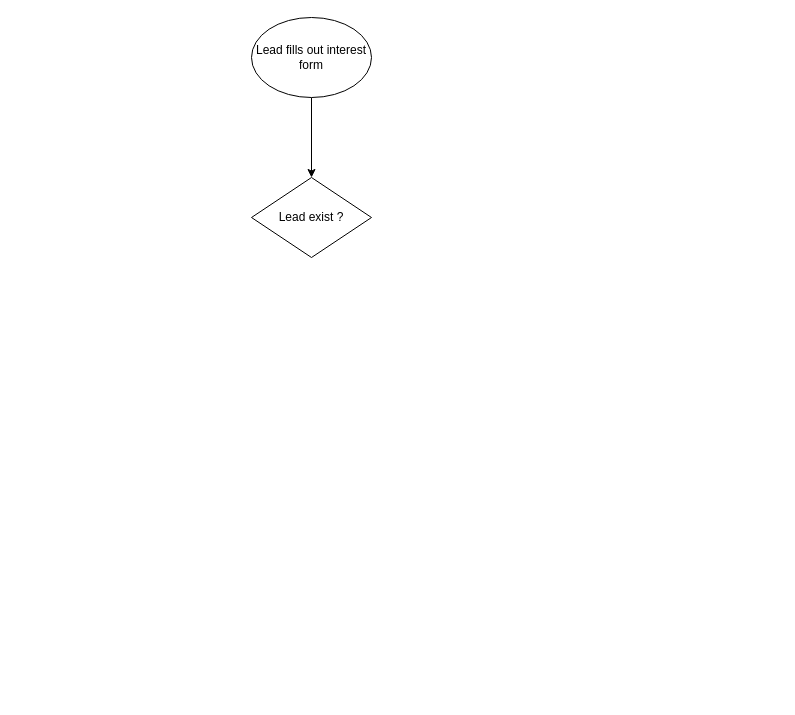
Above: Untitled Diagram.drawio in abdurrahimdatapro-sketch/Tommy-s-Treadmills (draw.io), before the change. Source tidied: cells renumbered, new cells numbered last; positions are measured from the earlier drawing's top-left corner, leaving out a move shared by most shapes. Both pictures are drawn from the tidied source at 100%, with x=0, y=0 at pixel (251, 17).
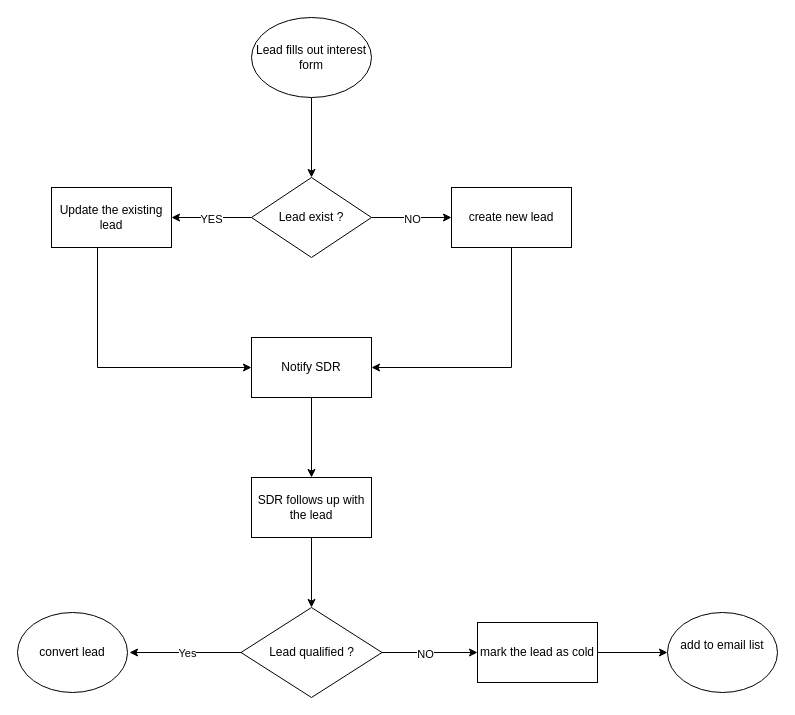
Above is the later version.

Unchanged cells that the change refers to:
```xml
<mxCell id="4" value="Lead exist ?" style="rhombus;whiteSpace=wrap;html=1;shapeInside=1;" parent="1" vertex="1">
  <mxGeometry y="160" width="120" height="80" as="geometry" />
</mxCell>
```

Change to the diagram source:
```diff
@@
+    <mxCell id="5" style="edgeStyle=orthogonalEdgeStyle;rounded=0;jettySize=auto;html=1;" parent="1" edge="1" source="4" target="10">
+      <mxGeometry relative="1" as="geometry" />
+    </mxCell>
+    <mxCell id="6" value="NO" style="edgeLabel;html=1;align=center;verticalAlign=middle;" parent="5" vertex="1">
+      <mxGeometry y="-1" relative="1" as="geometry" />
+    </mxCell>
+    <mxCell id="7" style="edgeStyle=orthogonalEdgeStyle;rounded=0;jettySize=auto;html=1;" parent="1" edge="1" source="4" target="12">
+      <mxGeometry relative="1" as="geometry" />
+    </mxCell>
+    <mxCell id="8" value="YES" style="edgeLabel;html=1;align=center;verticalAlign=middle;" parent="7" vertex="1">
+      <mxGeometry x="0.03" y="1" relative="1" as="geometry" />
+    </mxCell>
@@
+    <mxCell id="9" style="edgeStyle=orthogonalEdgeStyle;rounded=0;jettySize=auto;html=1;exitX=0.5;exitY=1;exitDx=0;exitDy=0;entryX=1;entryY=0.5;entryDx=0;entryDy=0;" parent="1" edge="1" source="10" target="14">
+      <mxGeometry relative="1" as="geometry" />
+    </mxCell>
+    <mxCell id="10" value="create new lead" style="whiteSpace=wrap;html=1;" parent="1" vertex="1">
+      <mxGeometry x="200" y="170" width="120" height="60" as="geometry" />
+    </mxCell>
+    <mxCell id="11" style="edgeStyle=orthogonalEdgeStyle;rounded=0;jettySize=auto;html=1;" parent="1" edge="1" source="12" target="14">
+      <mxGeometry relative="1" as="geometry">
+        <Array as="points">
+          <mxPoint x="-154" y="350" />
+        </Array>
+      </mxGeometry>
+    </mxCell>
+    <mxCell id="12" value="Update the existing lead" style="whiteSpace=wrap;html=1;" parent="1" vertex="1">
+      <mxGeometry x="-200" y="170" width="120" height="60" as="geometry" />
+    </mxCell>
+    <mxCell id="13" style="edgeStyle=orthogonalEdgeStyle;rounded=0;jettySize=auto;html=1;" parent="1" edge="1" source="14" target="16">
+      <mxGeometry relative="1" as="geometry" />
+    </mxCell>
+    <mxCell id="14" value="Notify SDR" style="whiteSpace=wrap;html=1;" parent="1" vertex="1">
+      <mxGeometry y="320" width="120" height="60" as="geometry" />
+    </mxCell>
+    <mxCell id="15" style="edgeStyle=orthogonalEdgeStyle;rounded=0;jettySize=auto;html=1;" parent="1" edge="1" source="16" target="21">
+      <mxGeometry relative="1" as="geometry" />
+    </mxCell>
+    <mxCell id="16" value="SDR follows up with the lead" style="whiteSpace=wrap;html=1;" parent="1" vertex="1">
+      <mxGeometry y="460" width="120" height="60" as="geometry" />
+    </mxCell>
+    <mxCell id="17" style="edgeStyle=orthogonalEdgeStyle;rounded=0;jettySize=auto;html=1;" parent="1" edge="1" source="21" target="23">
+      <mxGeometry relative="1" as="geometry" />
+    </mxCell>
+    <mxCell id="18" value="NO" style="edgeLabel;html=1;align=center;verticalAlign=middle;" parent="17" vertex="1">
+      <mxGeometry x="-0.09" y="-1" relative="1" as="geometry" />
+    </mxCell>
+    <mxCell id="19" style="edgeStyle=orthogonalEdgeStyle;rounded=0;orthogonalLoop=1;jettySize=auto;html=1;exitX=0;exitY=0.5;exitDx=0;exitDy=0;entryX=1;entryY=0.5;entryDx=0;entryDy=0;" parent="1" edge="1">
+      <mxGeometry relative="1" as="geometry">
+        <mxPoint x="-8.5" y="635" as="sourcePoint" />
+        <mxPoint x="-122" y="635" as="targetPoint" />
+      </mxGeometry>
+    </mxCell>
+    <mxCell id="20" value="Yes" style="edgeLabel;html=1;align=center;verticalAlign=middle;" parent="19" vertex="1">
+      <mxGeometry x="-0.01" relative="1" as="geometry" />
+    </mxCell>
+    <mxCell id="21" value="Lead qualified ?" style="rhombus;whiteSpace=wrap;html=1;shapeInside=1;" parent="1" vertex="1">
+      <mxGeometry x="-10.5" y="590" width="141" height="90" as="geometry" />
+    </mxCell>
+    <mxCell id="22" style="edgeStyle=orthogonalEdgeStyle;rounded=0;jettySize=auto;html=1;" parent="1" edge="1" source="23" target="24">
+      <mxGeometry relative="1" as="geometry" />
+    </mxCell>
+    <mxCell id="23" value="mark the lead as cold" style="whiteSpace=wrap;html=1;" parent="1" vertex="1">
+      <mxGeometry x="226" y="605" width="120" height="60" as="geometry" />
+    </mxCell>
+    <mxCell id="24" value="add to email list&lt;div&gt;&lt;br/&gt;&lt;/div&gt;" style="ellipse;whiteSpace=wrap;html=1;shapeInside=1;" parent="1" vertex="1">
+      <mxGeometry x="416" y="595" width="110" height="80" as="geometry" />
+    </mxCell>
+    <mxCell id="25" value="convert lead" style="ellipse;whiteSpace=wrap;html=1;shapeInside=1;" parent="1" vertex="1">
+      <mxGeometry x="-234" y="595" width="110" height="80" as="geometry" />
+    </mxCell>
```
